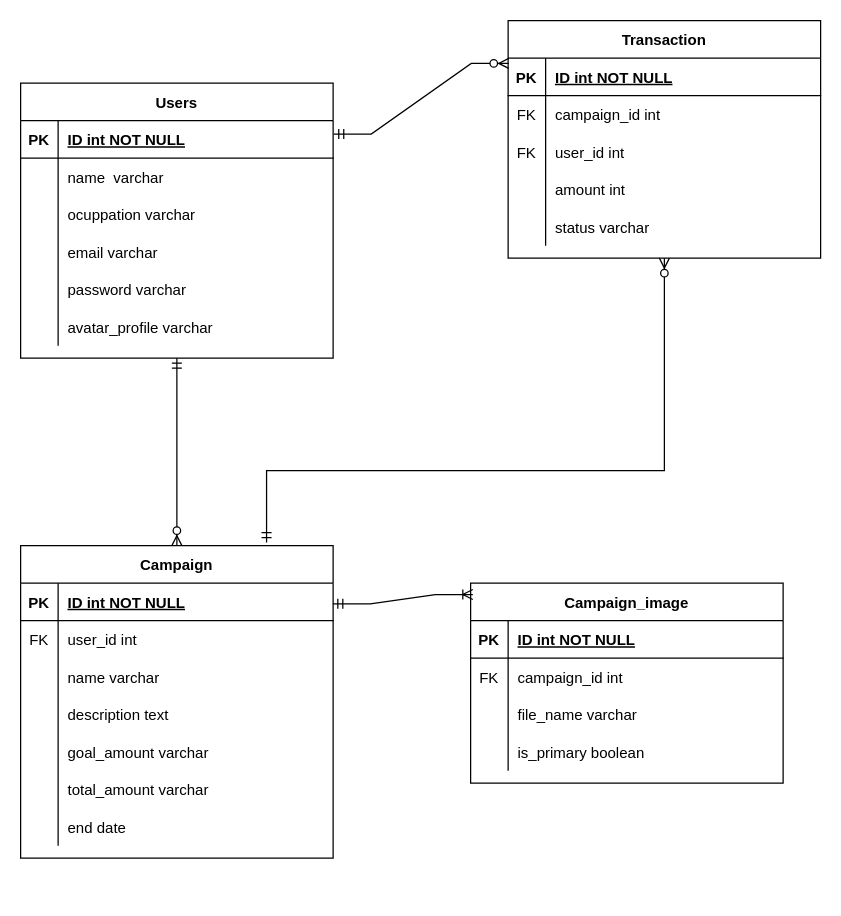
ainurbrr/go_mini-project_moh-ainur-bahtiar-rohman keeps this draw.io diagram as draw.io/ERD new.drawio. Above is the earlier version. Source tidied: cells renumbered, new cells numbered last; positions are measured from the earlier drawing's top-left corner, leaving out a move shared by most shapes. Both pictures are drawn from the tidied source at 125%, with x=0, y=0 at pixel (20, 20).
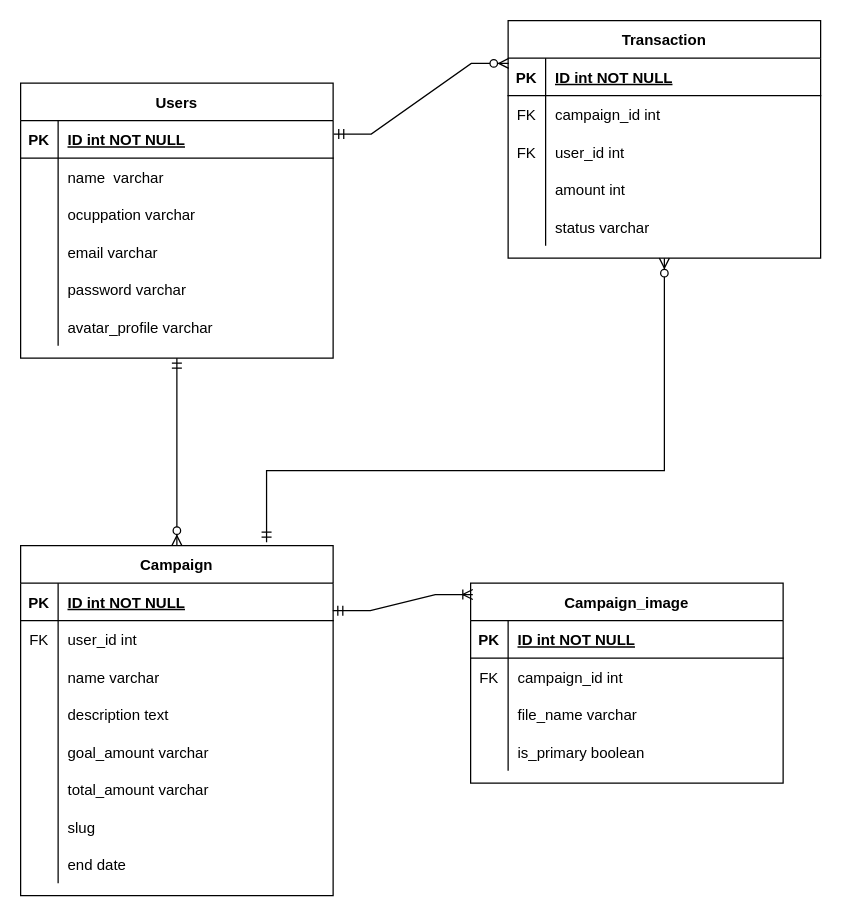
Above is the later version.

Change to the diagram source:
```diff
@@
     <mxCell id="18" value="Campaign" style="shape=table;startSize=30;childLayout=tableLayout;rowLines=0;fontStyle=1;align=center;" parent="1" vertex="1">
-      <mxGeometry y="420" width="250" height="250" as="geometry" />
+      <mxGeometry y="420" width="250" height="280" as="geometry" />
     </mxCell>
@@
+    <mxCell id="76" style="shape=partialRectangle;fillColor=none;top=0;left=0;right=0;bottom=0;" parent="18" vertex="1">
+      <mxGeometry y="210" width="250" height="30" as="geometry" />
+    </mxCell>
+    <mxCell id="77" style="shape=partialRectangle;overflow=hidden;fillColor=none;top=0;left=0;bottom=0;right=0;" parent="76" vertex="1">
+      <mxGeometry width="30" height="30" as="geometry" />
+    </mxCell>
+    <mxCell id="78" value="slug" style="shape=partialRectangle;overflow=hidden;fillColor=none;top=0;left=0;bottom=0;right=0;align=left;spacingLeft=6;" parent="76" vertex="1">
+      <mxGeometry x="30" width="220" height="30" as="geometry" />
+    </mxCell>
     <mxCell id="37" style="shape=partialRectangle;fillColor=none;top=0;left=0;right=0;bottom=0;" parent="18" vertex="1">
-      <mxGeometry y="210" width="250" height="30" as="geometry" />
+      <mxGeometry y="240" width="250" height="30" as="geometry" />
     </mxCell>
```
